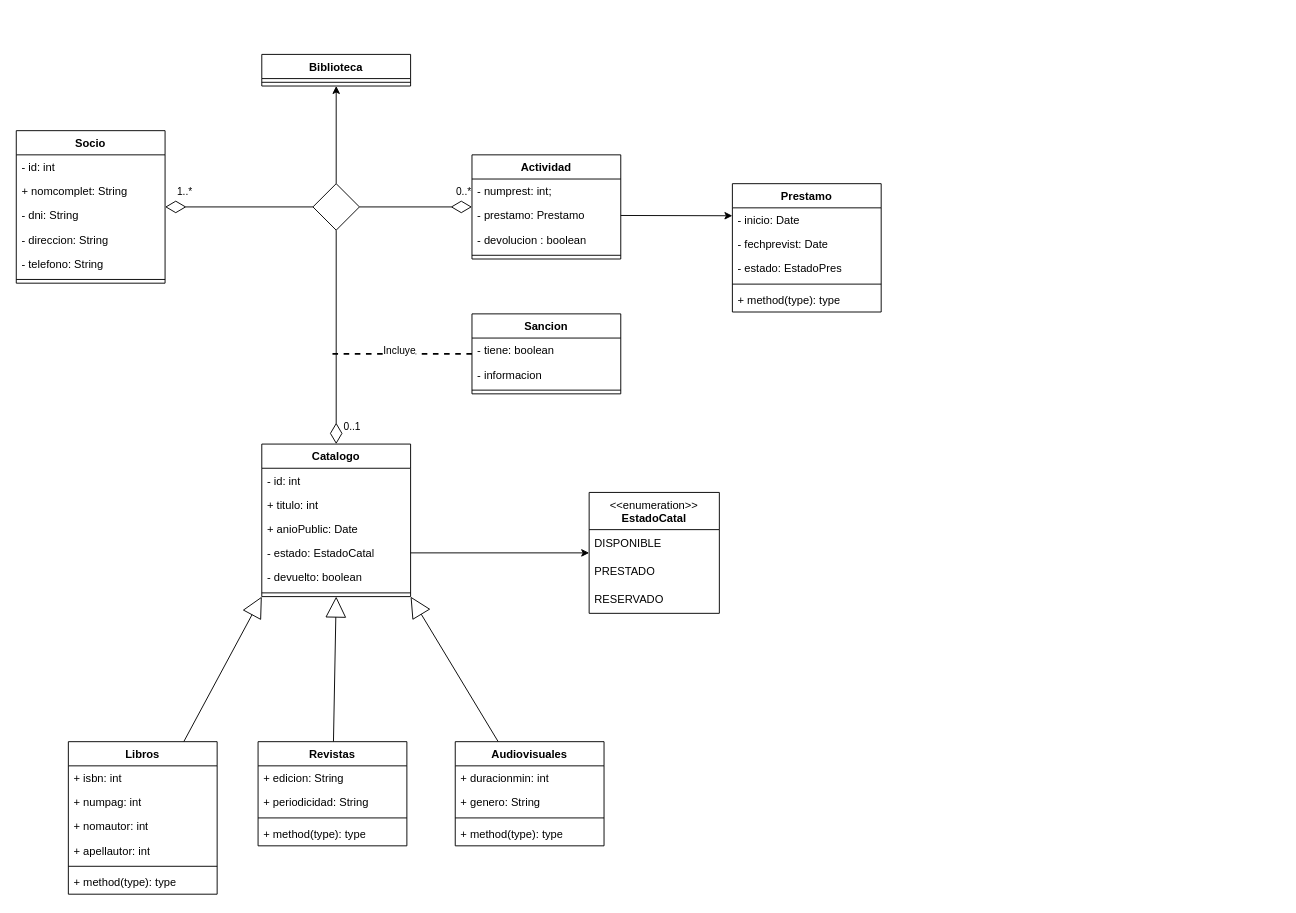
Before: Diagrama.drawio in JavierMartinGarcia/ExamenUD5-DiagramaClases, a draw.io diagram. Source tidied: cells renumbered, new cells numbered last; positions are measured from the earlier drawing's top-left corner, leaving out a move shared by most shapes. Both pictures are drawn from the tidied source at 93%, with x=0, y=0 at pixel (16, 54).
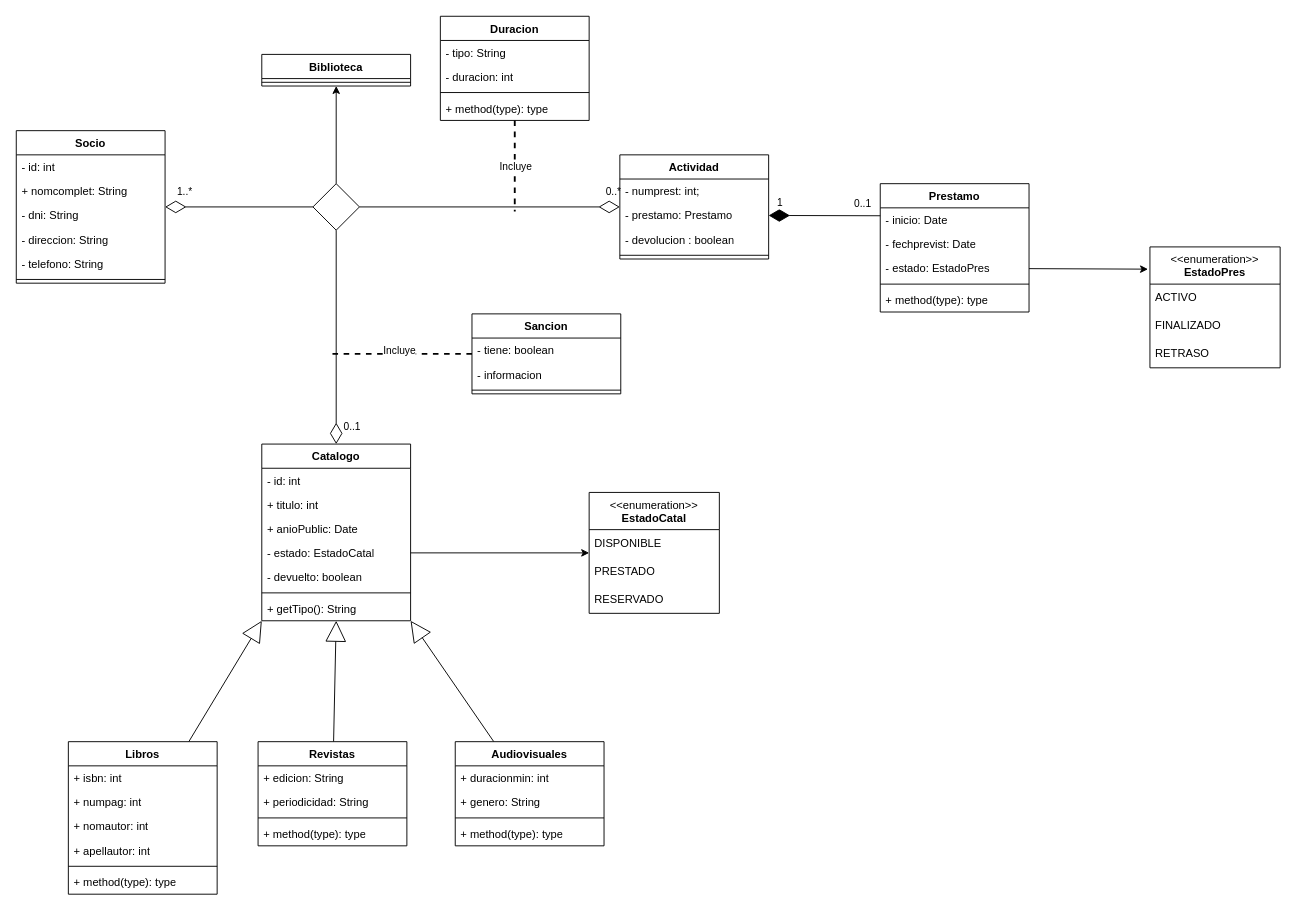
The same diagram, later.

Unchanged cells that the change refers to:
```xml
<mxCell id="48" style="rounded=0;jettySize=auto;html=1;entryX=1;entryY=0.5;entryDx=0;entryDy=0;startArrow=diamondThin;startFill=0;endArrow=none;endFill=0;endSize=20;startSize=20;" parent="1" edge="1" source="50" target="55">
  <mxGeometry relative="1" as="geometry" />
</mxCell>
<mxCell id="52" value="- prestamo: Prestamo" style="text;strokeColor=none;fillColor=none;align=left;verticalAlign=top;spacingLeft=4;spacingRight=4;overflow=hidden;points=[[0,0.5],[1,0.5]];portConstraint=eastwest;whiteSpace=wrap;html=1;" parent="50" vertex="1">
  <mxGeometry y="52" width="160" height="26" as="geometry" />
</mxCell>
<mxCell id="65" value="- estado: EstadoPres" style="text;strokeColor=none;fillColor=none;align=left;verticalAlign=top;spacingLeft=4;spacingRight=4;overflow=hidden;points=[[0,0.5],[1,0.5]];portConstraint=eastwest;whiteSpace=wrap;html=1;" parent="62" vertex="1">
  <mxGeometry y="78" width="160" height="26" as="geometry" />
</mxCell>
```

The edit, as a diff of the source:
```diff
@@
     <mxCell id="7" value="Catalogo" style="swimlane;fontStyle=1;align=center;verticalAlign=top;horizontal=1;startSize=26;whiteSpace=wrap;html=1;" parent="1" vertex="1">
-      <mxGeometry x="264" y="419" width="160" height="164" as="geometry" />
+      <mxGeometry x="264" y="419" width="160" height="190" as="geometry" />
     </mxCell>
@@
+    <mxCell id="69" value="+ getTipo(): String" style="text;strokeColor=none;fillColor=none;align=left;verticalAlign=top;spacingLeft=4;spacingRight=4;overflow=hidden;whiteSpace=wrap;html=1;" parent="7" vertex="1">
+      <mxGeometry y="164" width="160" height="26" as="geometry" />
+    </mxCell>
@@
     <mxCell id="49" value="0..*" style="edgeLabel;html=1;align=center;verticalAlign=middle;" parent="48" vertex="1">
       <mxGeometry x="-0.04" y="-1" relative="1" as="geometry">
-        <mxPoint x="48" y="-16" as="offset" />
+        <mxPoint x="126" y="-16" as="offset" />
       </mxGeometry>
     </mxCell>
     <mxCell id="50" value="Actividad" style="swimlane;fontStyle=1;align=center;verticalAlign=top;horizontal=1;startSize=26;whiteSpace=wrap;html=1;" parent="1" vertex="1">
-      <mxGeometry x="490" y="108" width="160" height="112" as="geometry" />
+      <mxGeometry x="649" y="108" width="160" height="112" as="geometry" />
     </mxCell>
@@
     <mxCell id="62" value="Prestamo" style="swimlane;fontStyle=1;align=center;verticalAlign=top;horizontal=1;startSize=26;whiteSpace=wrap;html=1;" parent="1" vertex="1">
-      <mxGeometry x="770" y="139" width="160" height="138" as="geometry" />
+      <mxGeometry x="929" y="139" width="160" height="138" as="geometry" />
     </mxCell>
@@
-    <mxCell id="68" style="rounded=0;jettySize=auto;html=1;entryX=0;entryY=0.25;entryDx=0;entryDy=0;" parent="1" edge="1" source="52" target="62">
+    <mxCell id="68" style="rounded=0;jettySize=auto;html=1;entryX=0;entryY=0.25;entryDx=0;entryDy=0;endArrow=none;endFill=0;startArrow=diamondThin;startFill=1;startSize=20;" parent="1" edge="1" source="52" target="62">
       <mxGeometry relative="1" as="geometry" />
     </mxCell>
+    <mxCell id="70" value="0..1" style="edgeLabel;html=1;align=center;verticalAlign=middle;" parent="68" vertex="1">
+      <mxGeometry x="-0.05" relative="1" as="geometry">
+        <mxPoint x="44" y="-13" as="offset" />
+      </mxGeometry>
+    </mxCell>
+    <mxCell id="71" value="1" style="edgeLabel;html=1;align=center;verticalAlign=middle;" parent="68" vertex="1">
+      <mxGeometry x="0.06" y="-4" relative="1" as="geometry">
+        <mxPoint x="-52" y="-18" as="offset" />
+      </mxGeometry>
+    </mxCell>
+    <mxCell id="72" value="&amp;lt;&amp;lt;enumeration&amp;gt;&amp;gt;&lt;br&gt;&lt;b&gt;EstadoPres&lt;/b&gt;" style="swimlane;fontStyle=0;align=center;verticalAlign=top;horizontal=1;startSize=40;html=1;whiteSpace=wrap;" parent="1" vertex="1">
+      <mxGeometry x="1219" y="207" width="140" height="130" as="geometry" />
+    </mxCell>
+    <mxCell id="73" value="ACTIVO" style="text;html=1;strokeColor=none;fillColor=none;align=left;verticalAlign=middle;spacingLeft=4;spacingRight=4;overflow=hidden;whiteSpace=wrap;" parent="72" vertex="1">
+      <mxGeometry y="40" width="140" height="30" as="geometry" />
+    </mxCell>
+    <mxCell id="74" value="FINALIZADO" style="text;html=1;strokeColor=none;fillColor=none;align=left;verticalAlign=middle;spacingLeft=4;spacingRight=4;overflow=hidden;whiteSpace=wrap;" parent="72" vertex="1">
+      <mxGeometry y="70" width="140" height="30" as="geometry" />
+    </mxCell>
+    <mxCell id="75" value="RETRASO" style="text;html=1;strokeColor=none;fillColor=none;align=left;verticalAlign=middle;spacingLeft=4;spacingRight=4;overflow=hidden;whiteSpace=wrap;" parent="72" vertex="1">
+      <mxGeometry y="100" width="140" height="30" as="geometry" />
+    </mxCell>
+    <mxCell id="76" style="rounded=0;jettySize=auto;html=1;entryX=-0.015;entryY=0.184;entryDx=0;entryDy=0;entryPerimeter=0;" parent="1" edge="1" source="65" target="72">
+      <mxGeometry relative="1" as="geometry" />
+    </mxCell>
+    <mxCell id="77" style="rounded=0;jettySize=auto;html=1;dashed=1;endArrow=none;endFill=0;strokeWidth=2;" parent="1" edge="1" source="79">
+      <mxGeometry relative="1" as="geometry">
+        <mxPoint x="536" y="169" as="targetPoint" />
+      </mxGeometry>
+    </mxCell>
+    <mxCell id="78" value="Incluye" style="edgeLabel;html=1;align=center;verticalAlign=middle;" parent="77" vertex="1">
+      <mxGeometry x="0.07" y="4" relative="1" as="geometry">
+        <mxPoint x="-4" y="-3" as="offset" />
+      </mxGeometry>
+    </mxCell>
+    <mxCell id="79" value="Duracion" style="swimlane;fontStyle=1;align=center;verticalAlign=top;horizontal=1;startSize=26;whiteSpace=wrap;html=1;" parent="1" vertex="1">
+      <mxGeometry x="456" y="-41" width="160" height="112" as="geometry" />
+    </mxCell>
+    <mxCell id="80" value="- tipo: String" style="text;strokeColor=none;fillColor=none;align=left;verticalAlign=top;spacingLeft=4;spacingRight=4;overflow=hidden;whiteSpace=wrap;html=1;" parent="79" vertex="1">
+      <mxGeometry y="26" width="160" height="26" as="geometry" />
+    </mxCell>
+    <mxCell id="81" value="- duracion: int" style="text;strokeColor=none;fillColor=none;align=left;verticalAlign=top;spacingLeft=4;spacingRight=4;overflow=hidden;whiteSpace=wrap;html=1;" parent="79" vertex="1">
+      <mxGeometry y="52" width="160" height="26" as="geometry" />
+    </mxCell>
+    <mxCell id="82" style="line;strokeWidth=1;fillColor=none;align=left;verticalAlign=middle;spacingTop=-1;spacingLeft=3;spacingRight=3;labelPosition=right;strokeColor=inherit;" parent="79" vertex="1">
+      <mxGeometry y="78" width="160" height="8" as="geometry" />
+    </mxCell>
+    <mxCell id="83" value="+ method(type): type" style="text;strokeColor=none;fillColor=none;align=left;verticalAlign=top;spacingLeft=4;spacingRight=4;overflow=hidden;whiteSpace=wrap;html=1;" parent="79" vertex="1">
+      <mxGeometry y="86" width="160" height="26" as="geometry" />
+    </mxCell>
```
